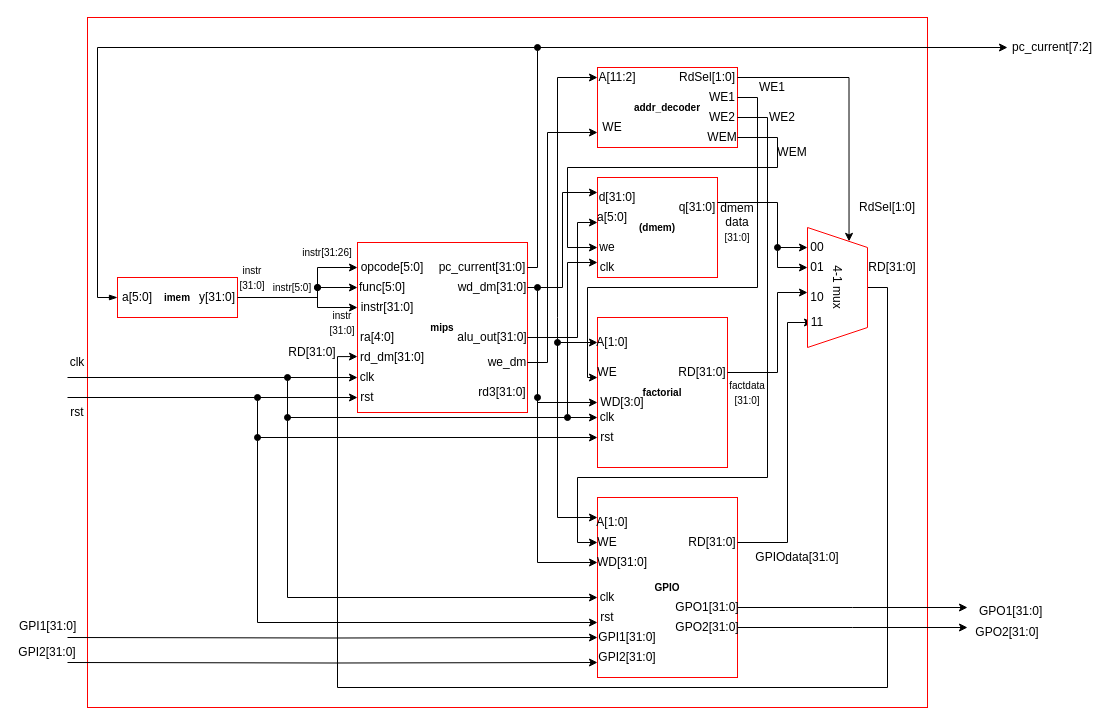
Before: Untitled Diagram.drawio in Alireza-Mahinparvar/CMPE130_Project, a draw.io diagram. Source tidied: cells renumbered, new cells numbered last; positions are measured from the earlier drawing's top-left corner, leaving out a move shared by most shapes. Both pictures are drawn from the tidied source at 100%, with x=0, y=0 at pixel (17, 17).
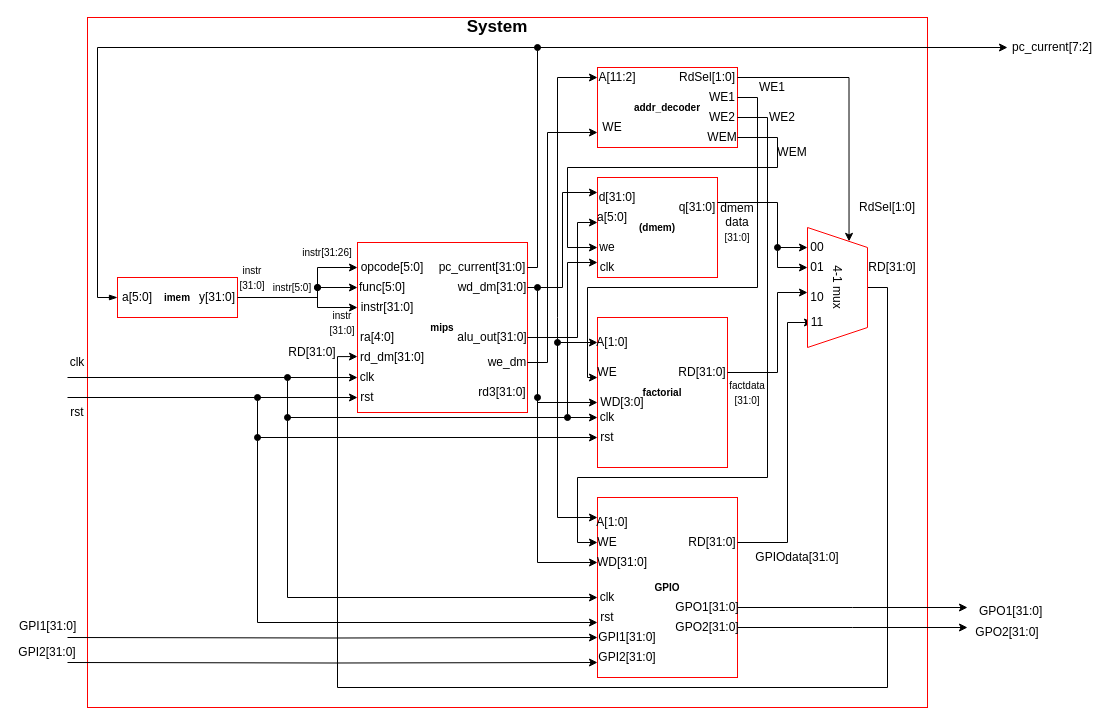
The same diagram, later.

The edit, as a diff of the source:
```diff
@@
+    <mxCell id="108" value="&lt;b&gt;&lt;font style=&quot;font-size: 17px&quot;&gt;System&lt;/font&gt;&lt;/b&gt;" style="text;html=1;strokeColor=none;fillColor=none;align=center;verticalAlign=middle;whiteSpace=wrap;rounded=0;" parent="1" vertex="1">
+      <mxGeometry x="460" width="40" height="20" as="geometry" />
+    </mxCell>
```
